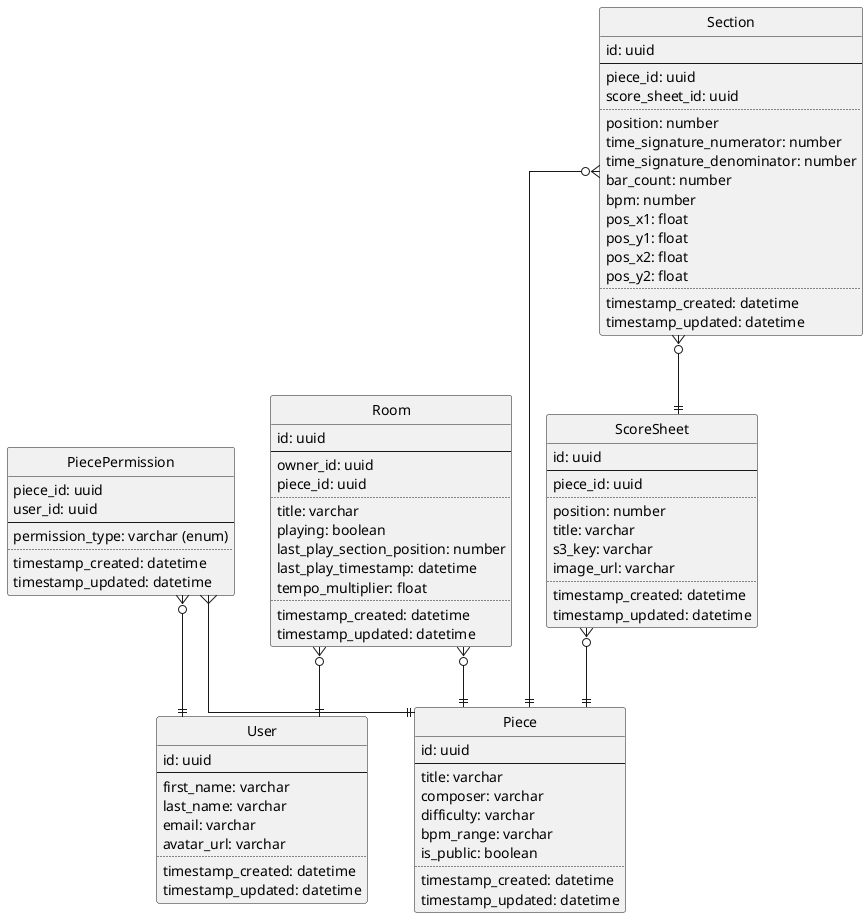
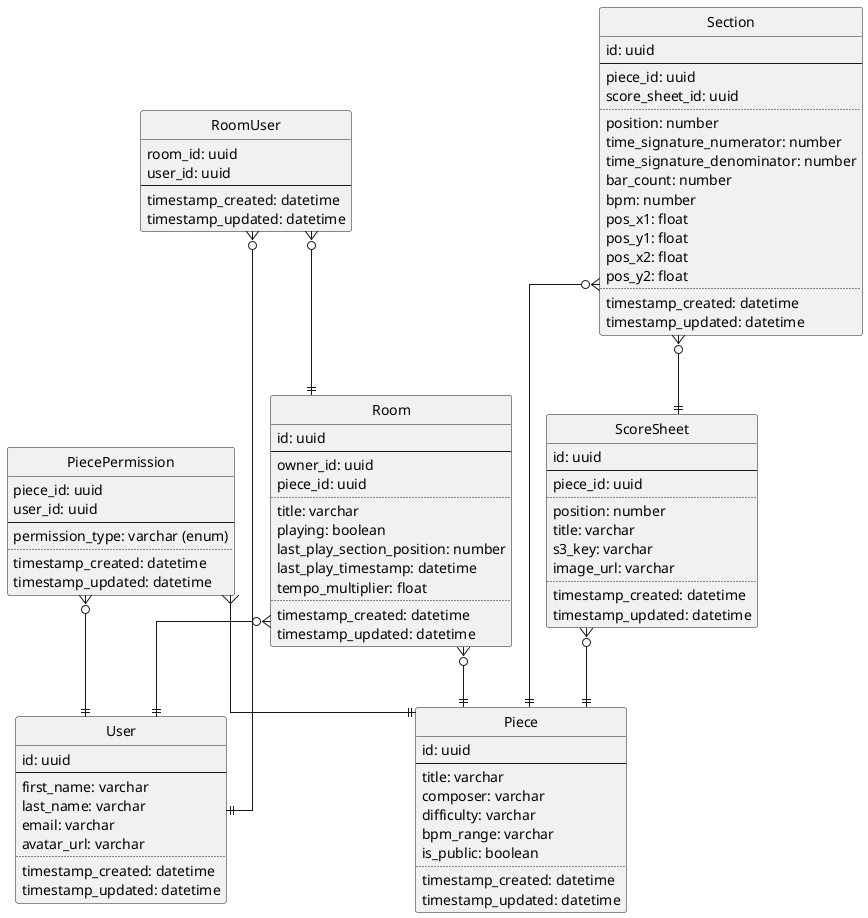
@startuml
'https://plantuml.com/class-diagram

' configuration
hide circle
skinparam linetype ortho

' User model
entity "User" as user {
  id: uuid
  --
  first_name: varchar
  last_name: varchar
  email: varchar
  avatar_url: varchar
  ..
  timestamp_created: datetime
  timestamp_updated: datetime
}

' Piece model
entity "Piece" as piece {
  id: uuid
  --
  title: varchar
  composer: varchar
  difficulty: varchar
  bpm_range: varchar
  is_public: boolean
  ..
  timestamp_created: datetime
  timestamp_updated: datetime
}

' ScoreSheet model
entity "ScoreSheet" as scoresheet {
  id: uuid
  --
  piece_id: uuid
  ..
  position: number
  title: varchar
  s3_key: varchar
  image_url: varchar
  ..
  timestamp_created: datetime
  timestamp_updated: datetime
}

' Section model
entity "Section" as section {
  id: uuid
  --
  piece_id: uuid
  score_sheet_id: uuid
  ..
  position: number
  time_signature_numerator: number
  time_signature_denominator: number
  bar_count: number
  bpm: number
  pos_x1: float
  pos_y1: float
  pos_x2: float
  pos_y2: float
  ..
  timestamp_created: datetime
  timestamp_updated: datetime
}

' PiecePermission model
entity "PiecePermission" as piecepermission {
  piece_id: uuid
  user_id: uuid
  --
  permission_type: varchar (enum)
  ..
  timestamp_created: datetime
  timestamp_updated: datetime
}

' Room model
entity "Room" as room {
  id: uuid
  --
  owner_id: uuid
  piece_id: uuid
  ..
  title: varchar
  playing: boolean
  last_play_section_position: number
  last_play_timestamp: datetime
  tempo_multiplier: float
  ..
  timestamp_created: datetime
  timestamp_updated: datetime
}

+ ' RoomUser model
+ entity "RoomUser" as roomuser {
+   room_id: uuid
+   user_id: uuid
+   --
+   timestamp_created: datetime
+   timestamp_updated: datetime
+ }
+ 
' Relationships
scoresheet }o--|| piece
section }o--|| piece
section }o--|| scoresheet
piecepermission }o--|| user
piecepermission }--|| piece
room }o--|| user
room }o--|| piece
+ roomuser }o--|| room
+ roomuser }o--|| user

@enduml